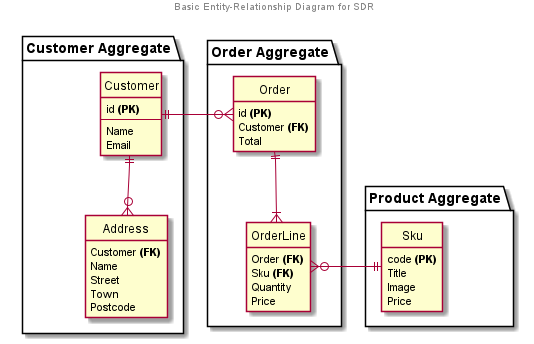
Before: docs/guidebook/09-data/entity-relationship-diagram.png, a diagram exported from PlantUML (chrisarmitage/super-duper-robot). The source it was exported from:
```plantuml
@startuml

center header
Basic Entity-Relationship Diagram for SDR
endheader

hide circle
hide empty members



package "Customer Aggregate" {
    entity Customer {
        id <b>(PK)</b>
        --
        Name
        Email
    }

    entity Address {
        Customer <b>(FK)</b>
        Name
        Street
        Town
        Postcode
    }
}
Customer ||--o{ Address





package "Order Aggregate" {
    entity Order {
        id <b>(PK)</b>
        Customer <b>(FK)</b>
        Total
    }

    entity OrderLine {
        Order <b>(FK)</b>
        Sku <b>(FK)</b>
        Quantity
        Price
    }
}

Order ||--|{ OrderLine






package "Product Aggregate" {
    entity Sku {
        code <b>(PK)</b>
        Title
        Image
        Price
    }
}





Customer ||-o{ Order

OrderLine }o-|| Sku

@enduml
```
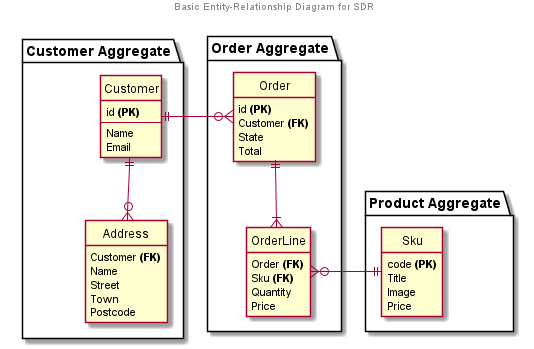
Later version of the same file.

The edit, as a diff of the source:
```diff
@@ -35,6 +35,7 @@
     entity Order {
         id <b>(PK)</b>
         Customer <b>(FK)</b>
+        State
         Total
     }
 
```
